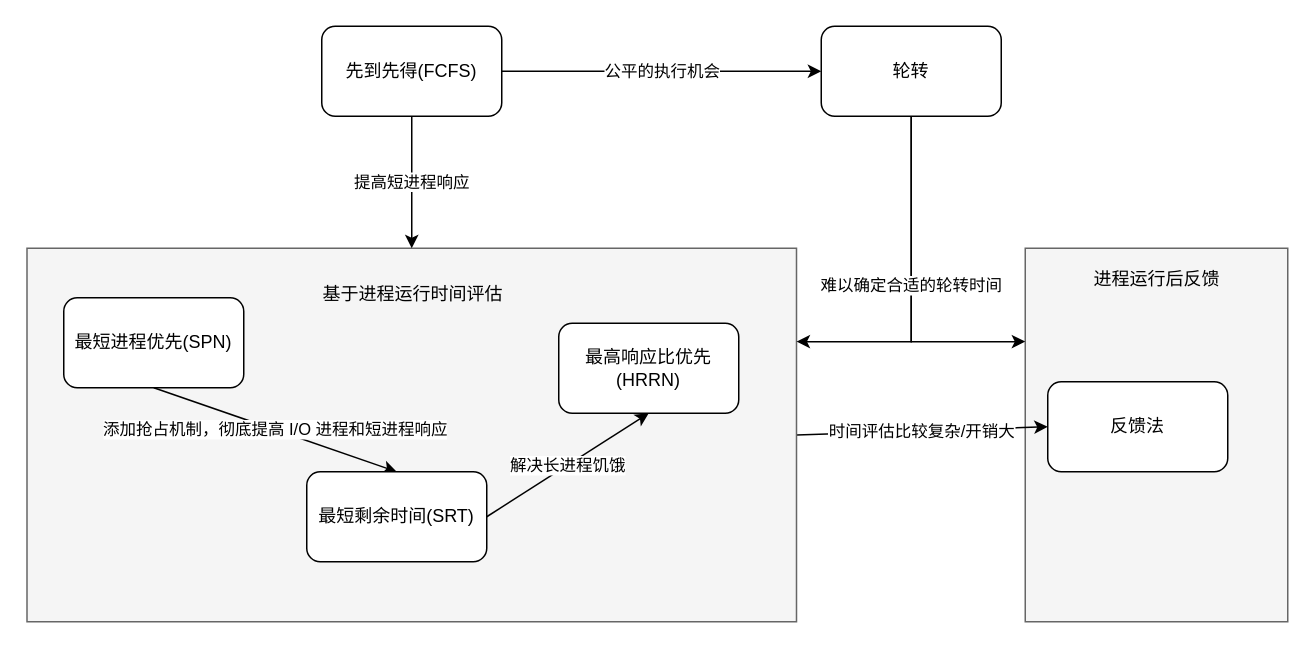
Before: page "schedule" (1 of 2) of source/_drawio/react-fiber.drawio in ivan-94/bobi.ink, a draw.io diagram. Source tidied: cells renumbered, new cells numbered last; positions are measured from the earlier drawing's top-left corner, leaving out a move shared by most shapes. Both pictures are drawn from the tidied source at 150%, with x=0, y=0 at pixel (27, 26).
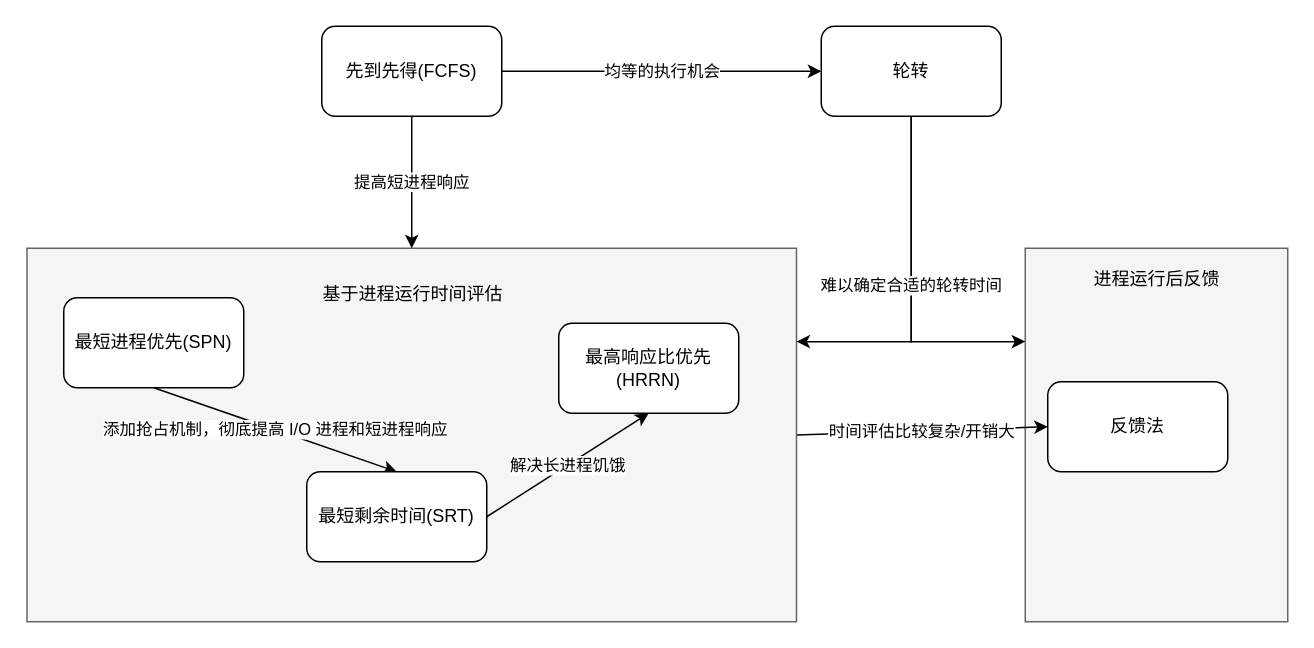
The same diagram, later.

Commit message (it also covers changes not shown here):
feat: 完成执行单元描述

Change to the diagram source:
```diff
@@
 <mxGraphModel>
   <root>
     <mxCell id="0" />
     <mxCell id="1" parent="0" />
     <mxCell id="2" style="rounded=0;whiteSpace=wrap;html=1;fillColor=#f5f5f5;strokeColor=#666666;fontColor=#333333;" parent="1" vertex="1">
       <mxGeometry x="665" y="148" width="175" height="249" as="geometry" />
     </mxCell>
     <mxCell id="3" value="时间评估比较复杂/开销大" style="edgeStyle=none;rounded=0;jettySize=auto;html=1;exitX=1;exitY=0.5;exitDx=0;exitDy=0;entryX=0;entryY=0.5;entryDx=0;entryDy=0;" parent="1" edge="1" source="4" target="15">
       <mxGeometry relative="1" as="geometry" />
     </mxCell>
     <mxCell id="4" style="rounded=0;whiteSpace=wrap;html=1;fillColor=#f5f5f5;strokeColor=#666666;fontColor=#333333;" parent="1" vertex="1">
       <mxGeometry x="-0.5" y="148" width="513" height="249" as="geometry" />
     </mxCell>
     <mxCell id="5" value="提高短进程响应" style="rounded=0;jettySize=auto;html=1;exitX=0.5;exitY=1;exitDx=0;exitDy=0;entryX=0.5;entryY=0;entryDx=0;entryDy=0;" parent="1" edge="1" source="7" target="4">
       <mxGeometry relative="1" as="geometry" />
     </mxCell>
-    <mxCell id="6" value="公平的执行机会" style="edgeStyle=none;rounded=0;jettySize=auto;html=1;exitX=1;exitY=0.5;exitDx=0;exitDy=0;" parent="1" edge="1" source="7" target="9">
+    <mxCell id="6" value="均等的执行机会" style="edgeStyle=none;rounded=0;jettySize=auto;html=1;exitX=1;exitY=0.5;exitDx=0;exitDy=0;" parent="1" edge="1" source="7" target="9">
       <mxGeometry relative="1" as="geometry" />
     </mxCell>
     <mxCell id="7" value="先到先得(FCFS)" style="rounded=1;whiteSpace=wrap;html=1;" parent="1" vertex="1">
       <mxGeometry x="196" width="120" height="60" as="geometry" />
     </mxCell>
     <mxCell id="8" style="edgeStyle=orthogonalEdgeStyle;rounded=0;jettySize=auto;html=1;exitX=0.5;exitY=1;exitDx=0;exitDy=0;entryX=0;entryY=0.25;entryDx=0;entryDy=0;" parent="1" edge="1" source="9" target="2">
       <mxGeometry relative="1" as="geometry" />
     </mxCell>
     <mxCell id="9" value="轮转" style="rounded=1;whiteSpace=wrap;html=1;" parent="1" vertex="1">
       <mxGeometry x="529" width="120" height="60" as="geometry" />
     </mxCell>
     <mxCell id="10" value="添加抢占机制，彻底提高 I/O 进程和短进程响应" style="edgeStyle=none;rounded=0;jettySize=auto;html=1;exitX=0.5;exitY=1;exitDx=0;exitDy=0;entryX=0.5;entryY=0;entryDx=0;entryDy=0;" parent="1" edge="1" source="11" target="13">
       <mxGeometry relative="1" as="geometry" />
     </mxCell>
     <mxCell id="11" value="最短进程优先(SPN)" style="rounded=1;whiteSpace=wrap;html=1;" parent="1" vertex="1">
       <mxGeometry x="24" y="181" width="120" height="60" as="geometry" />
     </mxCell>
     <mxCell id="12" value="解决长进程饥饿" style="edgeStyle=none;rounded=0;jettySize=auto;html=1;exitX=1;exitY=0.5;exitDx=0;exitDy=0;entryX=0.5;entryY=1;entryDx=0;entryDy=0;" parent="1" edge="1" source="13" target="14">
       <mxGeometry relative="1" as="geometry" />
     </mxCell>
     <mxCell id="13" value="最短剩余时间(SRT)" style="rounded=1;whiteSpace=wrap;html=1;" parent="1" vertex="1">
       <mxGeometry x="186" y="297" width="120" height="60" as="geometry" />
     </mxCell>
     <mxCell id="14" value="最高响应比优先(HRRN)" style="rounded=1;whiteSpace=wrap;html=1;" parent="1" vertex="1">
       <mxGeometry x="354" y="198" width="120" height="60" as="geometry" />
     </mxCell>
     <mxCell id="15" value="反馈法" style="rounded=1;whiteSpace=wrap;html=1;" parent="1" vertex="1">
       <mxGeometry x="680" y="237" width="120" height="60" as="geometry" />
     </mxCell>
     <mxCell id="16" value="基于进程运行时间评估" style="text;html=1;strokeColor=none;fillColor=none;align=center;verticalAlign=middle;whiteSpace=wrap;rounded=0;" parent="1" vertex="1">
       <mxGeometry x="196" y="168.5" width="122" height="20" as="geometry" />
     </mxCell>
     <mxCell id="17" value="进程运行后反馈" style="text;html=1;strokeColor=none;fillColor=none;align=center;verticalAlign=middle;whiteSpace=wrap;rounded=0;" parent="1" vertex="1">
       <mxGeometry x="691.5" y="158.5" width="122" height="20" as="geometry" />
     </mxCell>
     <mxCell id="18" value="难以确定合适的轮转时间" style="edgeStyle=orthogonalEdgeStyle;rounded=0;jettySize=auto;html=1;exitX=0.5;exitY=1;exitDx=0;exitDy=0;entryX=1;entryY=0.25;entryDx=0;entryDy=0;" parent="1" edge="1" source="9" target="4">
       <mxGeometry relative="1" as="geometry" />
     </mxCell>
   </root>
 </mxGraphModel>
```
